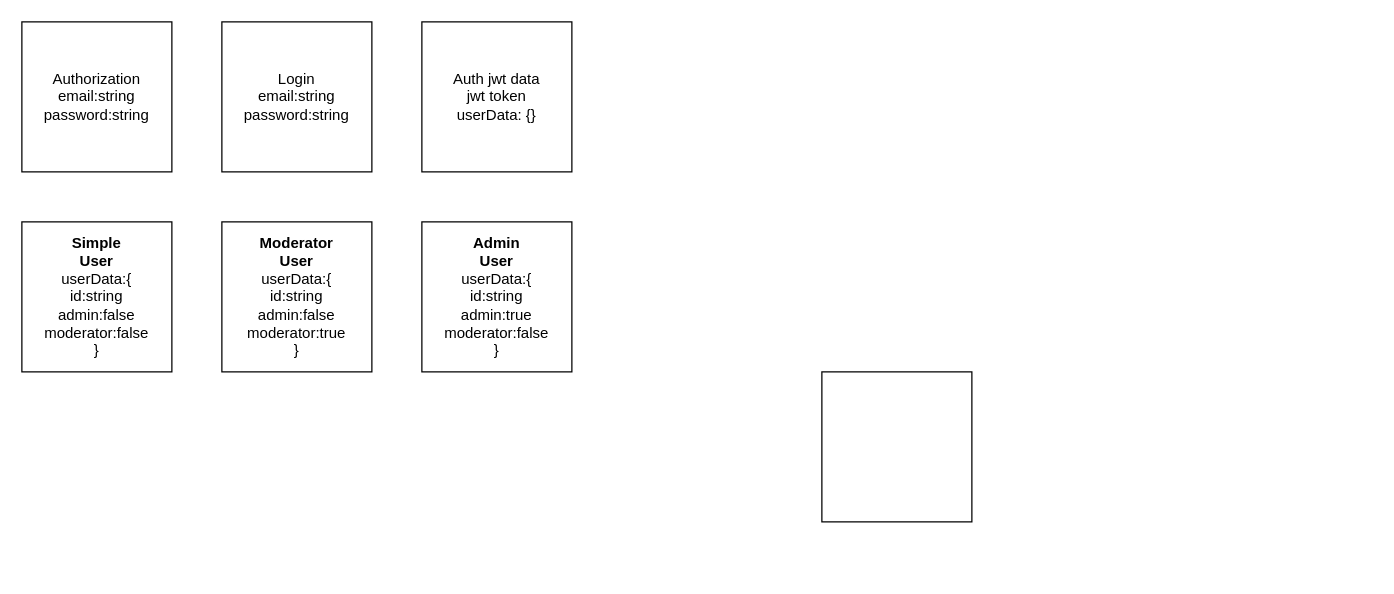
This is Диаграмма без названия.drawio from Bazzcola/Genergy, a draw.io file, before an edit. Source tidied: cells renumbered, new cells numbered last; positions are measured from the earlier drawing's top-left corner, leaving out a move shared by most shapes. Both pictures are drawn from the tidied source at 125%, with x=0, y=0 at pixel (21, 21).
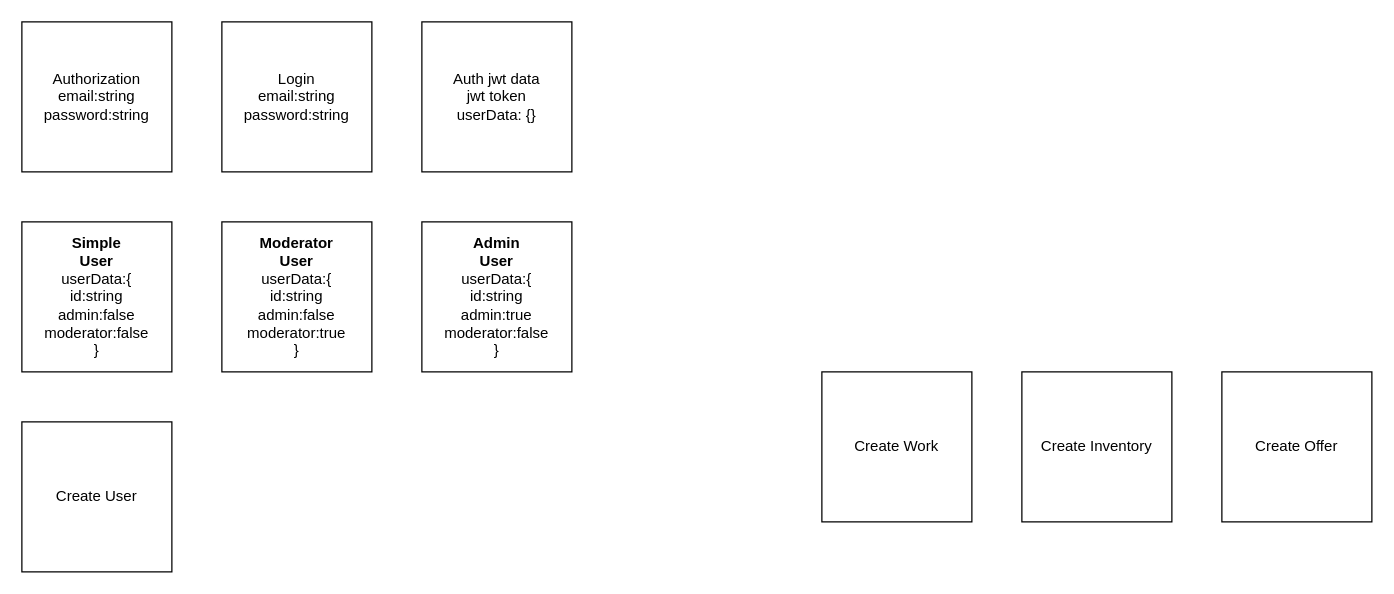
The same diagram, later.

What changed in the source:
```diff
@@
 <mxGraphModel>
   <root>
     <mxCell id="0" />
     <mxCell id="1" parent="0" />
     <mxCell id="2" value="Authorization&lt;br&gt;email:string&lt;br&gt;password:string" style="whiteSpace=wrap;html=1;" parent="1" vertex="1">
       <mxGeometry width="120" height="120" as="geometry" />
     </mxCell>
     <mxCell id="3" value="Login&lt;br&gt;email:string&lt;br&gt;password:string" style="whiteSpace=wrap;html=1;" parent="1" vertex="1">
       <mxGeometry x="160" width="120" height="120" as="geometry" />
     </mxCell>
     <mxCell id="4" value="Auth jwt data&lt;br&gt;jwt token&lt;br&gt;userData: {}" style="whiteSpace=wrap;html=1;" parent="1" vertex="1">
       <mxGeometry x="320" width="120" height="120" as="geometry" />
     </mxCell>
     <mxCell id="5" value="&lt;b&gt;Admin&lt;/b&gt;&lt;br&gt;&lt;b&gt;User&lt;br&gt;&lt;/b&gt;userData:{&lt;br&gt;id:string&lt;br&gt;admin:true&lt;br&gt;moderator:false&lt;br&gt;}" style="whiteSpace=wrap;html=1;" parent="1" vertex="1">
       <mxGeometry x="320" y="160" width="120" height="120" as="geometry" />
     </mxCell>
     <mxCell id="6" value="&lt;b&gt;Moderator&lt;br&gt;User&lt;/b&gt;&lt;br&gt;userData:{&lt;br&gt;id:string&lt;br&gt;admin:false&lt;br&gt;moderator:true&lt;br&gt;}" style="whiteSpace=wrap;html=1;" parent="1" vertex="1">
       <mxGeometry x="160" y="160" width="120" height="120" as="geometry" />
     </mxCell>
     <mxCell id="7" value="&lt;b&gt;Simple&lt;br&gt;User&lt;/b&gt;&lt;br&gt;userData:{&lt;br&gt;id:string&lt;br&gt;admin:false&lt;br&gt;moderator:false&lt;br&gt;}" style="whiteSpace=wrap;html=1;" parent="1" vertex="1">
       <mxGeometry y="160" width="120" height="120" as="geometry" />
     </mxCell>
-    <mxCell id="8" style="whiteSpace=wrap;html=1;" parent="1" vertex="1">
+    <mxCell id="8" value="Create Work" style="whiteSpace=wrap;html=1;" parent="1" vertex="1">
       <mxGeometry x="640" y="280" width="120" height="120" as="geometry" />
     </mxCell>
+    <mxCell id="9" value="Create Inventory" style="whiteSpace=wrap;html=1;" parent="1" vertex="1">
+      <mxGeometry x="800" y="280" width="120" height="120" as="geometry" />
+    </mxCell>
+    <mxCell id="10" value="Create Offer" style="whiteSpace=wrap;html=1;" parent="1" vertex="1">
+      <mxGeometry x="960" y="280" width="120" height="120" as="geometry" />
+    </mxCell>
+    <mxCell id="11" value="Create User" style="whiteSpace=wrap;html=1;" parent="1" vertex="1">
+      <mxGeometry y="320" width="120" height="120" as="geometry" />
+    </mxCell>
   </root>
 </mxGraphModel>
```
